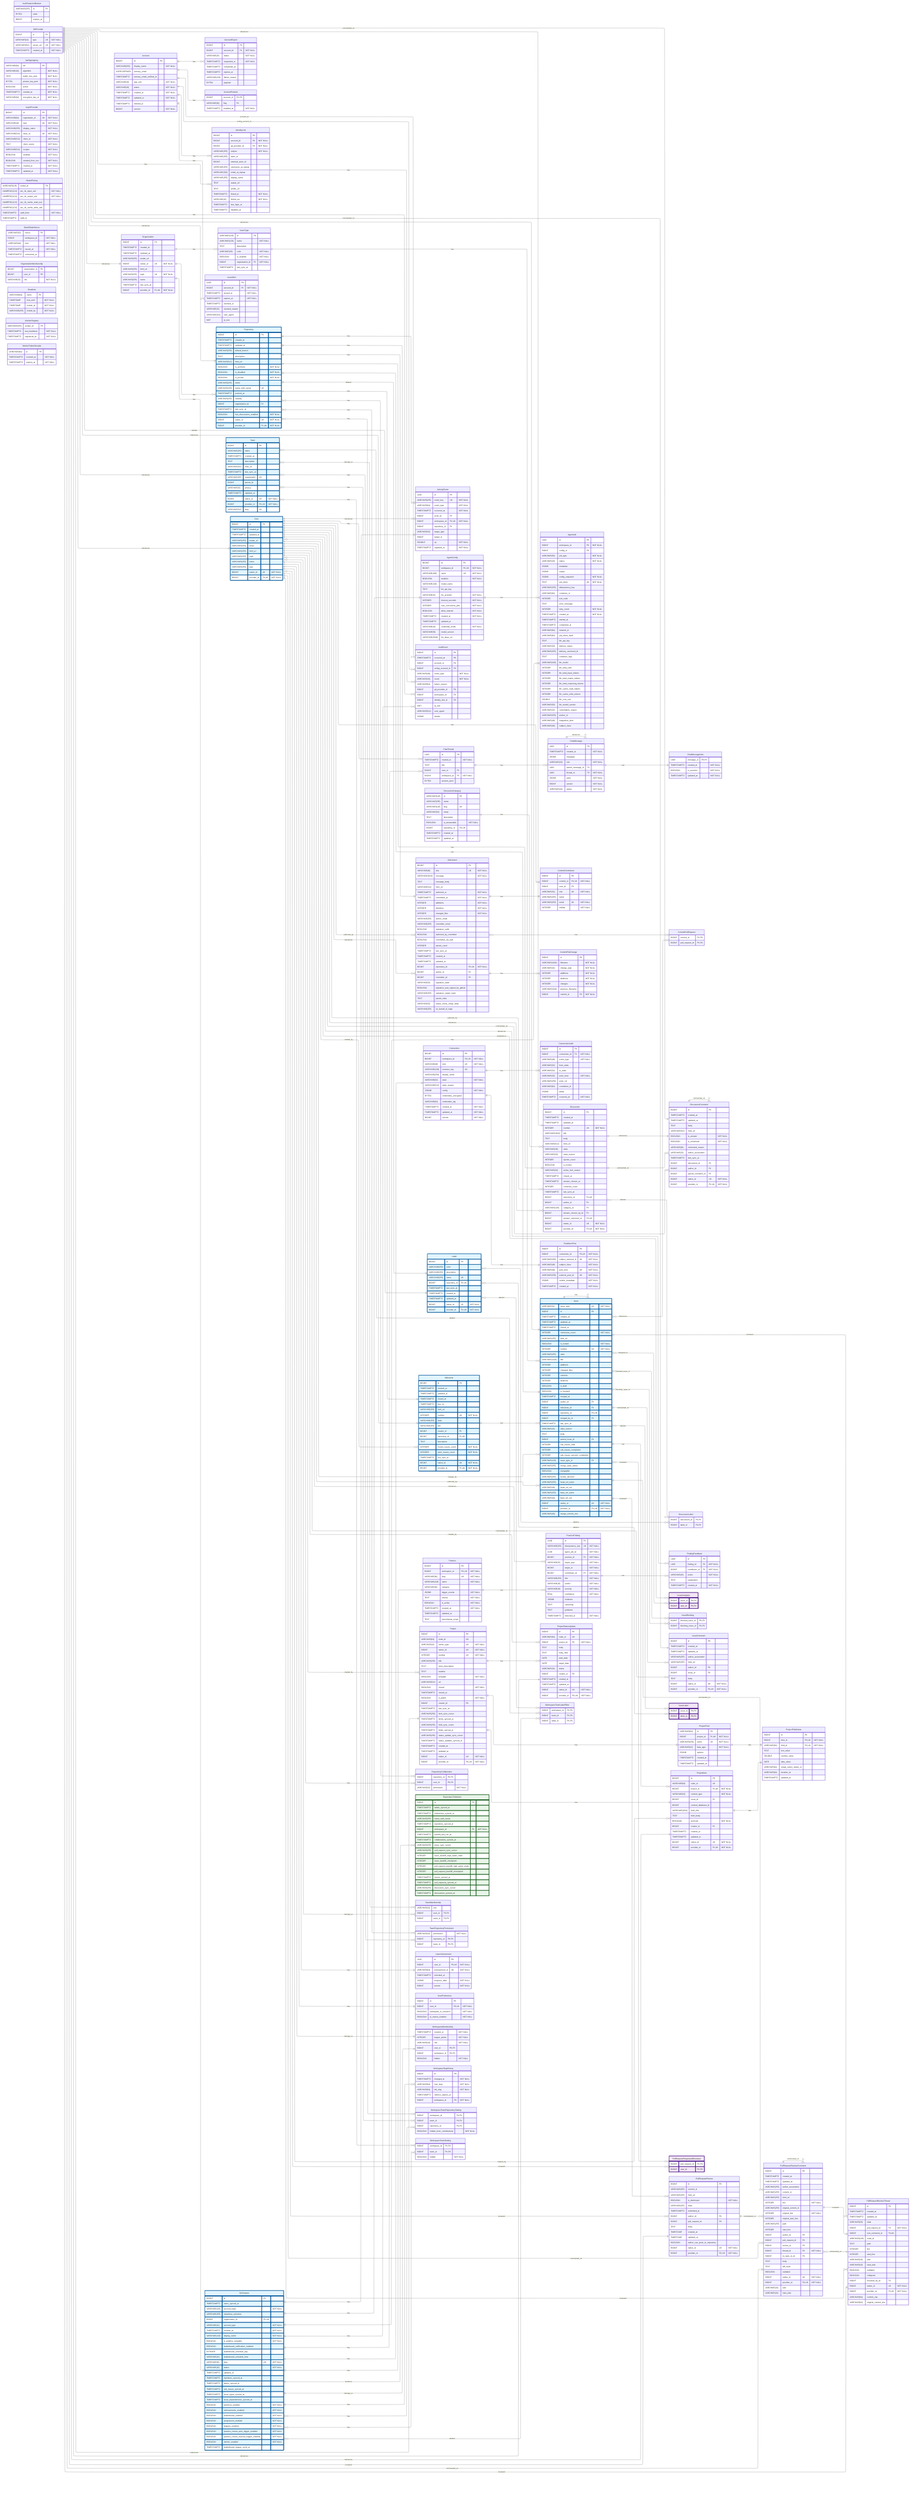
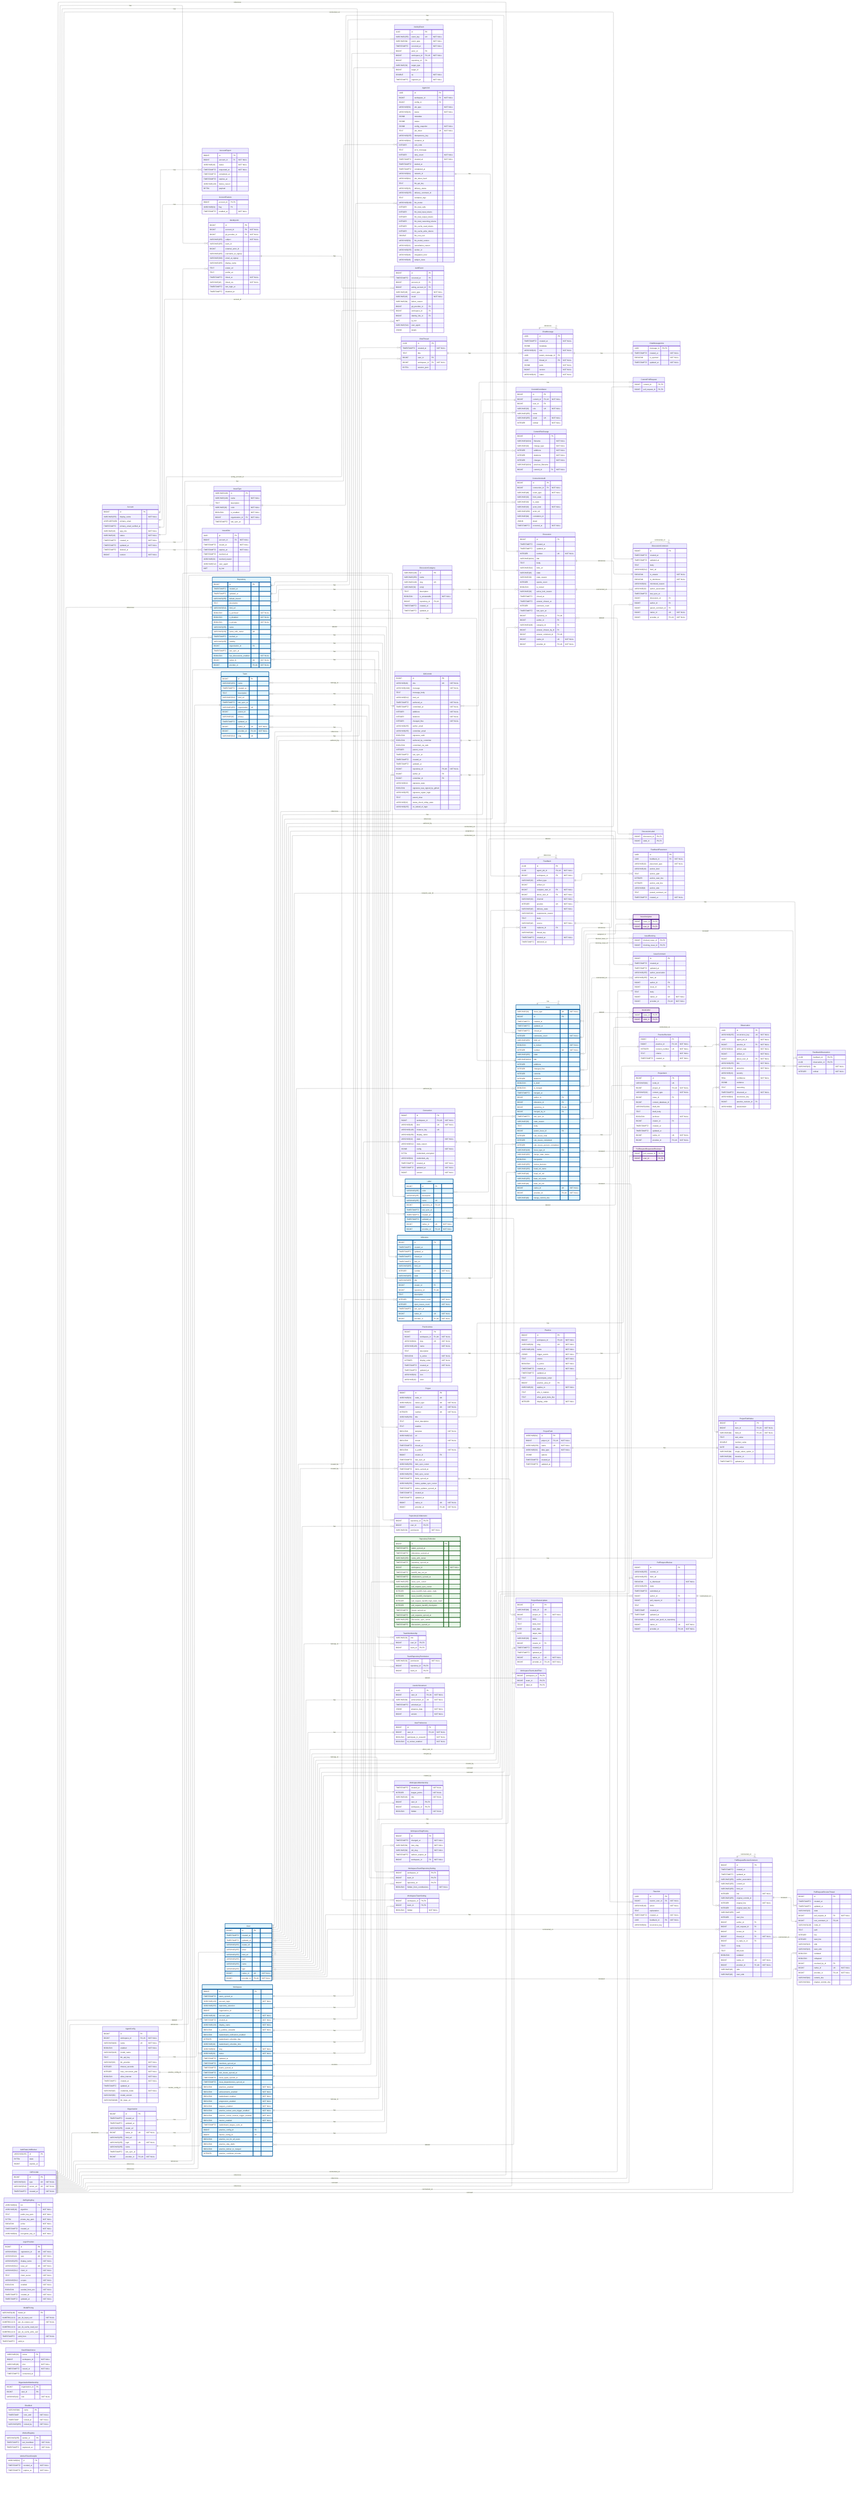
---
config:
    layout: elk
---
erDiagram
    %% Generated automatically from PostgreSQL database schema
    %% using scripts/generate-mermaid-erd.ts
    %% To regenerate: pnpm run db:generate-erd-docs

    direction LR

    Account {
        BIGINT id PK
        VARCHAR(255) display_name "NOT NULL"
        USER-DEFINED primary_email
        TIMESTAMPTZ primary_email_verified_at
        VARCHAR(16) app_role "NOT NULL"
        VARCHAR(16) status "NOT NULL"
        TIMESTAMPTZ created_at "NOT NULL"
        TIMESTAMPTZ updated_at "NOT NULL"
        TIMESTAMPTZ deleted_at
        BIGINT version "NOT NULL"
    }

    AccountExport {
        BIGINT id PK
        BIGINT account_id FK "NOT NULL"
        VARCHAR(16) status "NOT NULL"
        TIMESTAMPTZ requested_at "NOT NULL"
        TIMESTAMPTZ completed_at
        TIMESTAMPTZ expires_at
        VARCHAR(128) failure_reason
        BYTEA payload
    }

    AccountFeature {
        BIGINT account_id PK,FK
        VARCHAR(64) flag PK
        TIMESTAMPTZ enabled_at "NOT NULL"
    }

    ActivityEvent {
        UUID id PK
        VARCHAR(255) event_key UK "NOT NULL"
        VARCHAR(64) event_type "NOT NULL"
        TIMESTAMPTZ occurred_at "NOT NULL"
        BIGINT actor_id FK
        BIGINT workspace_id FK,UK "NOT NULL"
        BIGINT repository_id FK
        VARCHAR(32) target_type
        BIGINT target_id
        DOUBLE xp "NOT NULL"
        TIMESTAMPTZ ingested_at "NOT NULL"
    }

    AgentConfig {
        BIGINT id PK
        BIGINT workspace_id FK,UK "NOT NULL"
        VARCHAR(100) name UK "NOT NULL"
        BOOLEAN enabled "NOT NULL"
        VARCHAR(128) model_name
        TEXT llm_api_key
        VARCHAR(32) llm_provider "NOT NULL"
        INTEGER timeout_seconds "NOT NULL"
        INTEGER max_concurrent_jobs "NOT NULL"
        BOOLEAN allow_internet "NOT NULL"
        TIMESTAMPTZ created_at "NOT NULL"
        TIMESTAMPTZ updated_at
        VARCHAR(16) credential_mode "NOT NULL"
        VARCHAR(50) model_version
        VARCHAR(2048) llm_base_url
    }

    AgentJob {
        UUID id PK
        BIGINT workspace_id FK "NOT NULL"
        BIGINT config_id FK
        VARCHAR(50) job_type "NOT NULL"
        VARCHAR(20) status "NOT NULL"
        JSONB metadata
        JSONB output
        JSONB config_snapshot "NOT NULL"
        TEXT job_token UK "NOT NULL"
        VARCHAR(255) idempotency_key
        VARCHAR(64) container_id
        INTEGER exit_code
        TEXT error_message
        INTEGER retry_count "NOT NULL"
        TIMESTAMPTZ created_at "NOT NULL"
        TIMESTAMPTZ started_at
        TIMESTAMPTZ completed_at
        VARCHAR(64) network_id
        VARCHAR(64) job_token_hash
        TEXT llm_api_key
        VARCHAR(20) delivery_status
        VARCHAR(255) delivery_comment_id
        TEXT container_logs
        VARCHAR(100) llm_model
        INTEGER llm_total_calls
        INTEGER llm_total_input_tokens
        INTEGER llm_total_output_tokens
        INTEGER llm_total_reasoning_tokens
        INTEGER llm_cache_read_tokens
        INTEGER llm_cache_write_tokens
        DOUBLE llm_cost_usd
        VARCHAR(50) llm_model_version
        VARCHAR(32) cancellation_reason
        VARCHAR(255) worker_id
        VARCHAR(48) integration_kind
        VARCHAR(48) subject_class
    }

    AuthEvent {
        BIGINT id PK
        TIMESTAMPTZ occurred_at PK
        BIGINT account_id FK
        BIGINT acting_account_id FK
        VARCHAR(48) event_type "NOT NULL"
        VARCHAR(16) result "NOT NULL"
        VARCHAR(64) failure_reason
        BIGINT git_provider_id FK
        BIGINT workspace_id FK
        BIGINT identity_link_id FK
        INET ip_inet
        VARCHAR(512) user_agent
        JSONB details
    }

    AuthRateLimitBucket {
        VARCHAR(255) id PK
        BYTEA state
        BIGINT expires_at
    }

    ChatMessage {
        UUID id PK
        TIMESTAMPTZ created_at "NOT NULL"
        JSONB metadata
        VARCHAR(16) role "NOT NULL"
        UUID parent_message_id FK
        UUID thread_id FK "NOT NULL"
        JSONB parts "NOT NULL"
        BIGINT version "NOT NULL"
        VARCHAR(16) status "NOT NULL"
    }

    ChatMessageVote {
        UUID message_id PK,FK
        TIMESTAMPTZ created_at "NOT NULL"
        BOOLEAN is_upvoted "NOT NULL"
        TIMESTAMPTZ updated_at "NOT NULL"
    }

    ChatThread {
        UUID id PK
        TIMESTAMPTZ created_at "NOT NULL"
        TEXT title
        BIGINT user_id FK
        BIGINT workspace_id FK "NOT NULL"
        BYTEA session_jsonl
    }

    CommitContributor {
        BIGINT id PK
        BIGINT commit_id FK,UK "NOT NULL"
        BIGINT user_id FK
        VARCHAR(32) role UK "NOT NULL"
        VARCHAR(255) name
        VARCHAR(255) email UK "NOT NULL"
        INTEGER ordinal "NOT NULL"
    }

    CommitFileChange {
        BIGINT id PK
        VARCHAR(1024) filename "NOT NULL"
        VARCHAR(32) change_type "NOT NULL"
        INTEGER additions "NOT NULL"
        INTEGER deletions "NOT NULL"
        INTEGER changes "NOT NULL"
        VARCHAR(1024) previous_filename
        BIGINT commit_id FK "NOT NULL"
    }

    CommitPullRequest {
        BIGINT commit_id PK,FK
        BIGINT pull_request_id PK,FK
    }

    Connection {
        BIGINT id PK
        BIGINT workspace_id FK,UK "NOT NULL"
        VARCHAR(48) kind UK "NOT NULL"
        VARCHAR(128) instance_key UK
        VARCHAR(256) display_name
        VARCHAR(32) state "NOT NULL"
        VARCHAR(512) state_reason
        JSONB config "NOT NULL"
        BYTEA credentials_encrypted
        VARCHAR(64) credentials_alg
        TIMESTAMPTZ created_at "NOT NULL"
        TIMESTAMPTZ updated_at "NOT NULL"
        BIGINT version "NOT NULL"
    }

    ConnectionAudit {
        BIGINT id PK
        BIGINT connection_id FK "NOT NULL"
        VARCHAR(48) event_type "NOT NULL"
        VARCHAR(32) from_state
        VARCHAR(32) to_state
        VARCHAR(32) actor_kind "NOT NULL"
        VARCHAR(256) actor_ref
        VARCHAR(64) correlation_id
        JSONB detail
        TIMESTAMPTZ occurred_at "NOT NULL"
    }

    Discussion {
        BIGINT id PK
        TIMESTAMPTZ created_at
        TIMESTAMPTZ updated_at
        INTEGER number UK "NOT NULL"
        VARCHAR(1024) title
        TEXT body
        VARCHAR(512) html_url
        VARCHAR(16) state
        VARCHAR(32) state_reason
        INTEGER upvote_count
        BOOLEAN is_locked
        VARCHAR(32) active_lock_reason
        TIMESTAMPTZ closed_at
        TIMESTAMPTZ answer_chosen_at
        INTEGER comment_count
        TIMESTAMPTZ last_sync_at
        BIGINT repository_id FK,UK
        BIGINT author_id FK
        VARCHAR(128) category_id FK
        BIGINT answer_chosen_by_id FK
        BIGINT answer_comment_id FK,UK
        BIGINT native_id UK "NOT NULL"
        BIGINT provider_id FK,UK "NOT NULL"
    }

    DiscussionCategory {
        VARCHAR(128) id PK
        VARCHAR(255) name
        VARCHAR(128) slug UK
        VARCHAR(32) emoji
        TEXT description
        BOOLEAN is_answerable "NOT NULL"
        BIGINT repository_id FK,UK
        TIMESTAMPTZ created_at
        TIMESTAMPTZ updated_at
    }

    DiscussionComment {
        BIGINT id PK
        TIMESTAMPTZ created_at
        TIMESTAMPTZ updated_at
        TEXT body
        VARCHAR(512) html_url
        BOOLEAN is_answer "NOT NULL"
        BOOLEAN is_minimized "NOT NULL"
        VARCHAR(64) minimized_reason
        VARCHAR(32) author_association
        TIMESTAMPTZ last_sync_at
        BIGINT discussion_id FK
        BIGINT author_id FK
        BIGINT parent_comment_id FK
        BIGINT native_id UK "NOT NULL"
        BIGINT provider_id FK,UK "NOT NULL"
    }

    DiscussionLabel {
        BIGINT discussion_id PK,FK
        BIGINT label_id PK,FK
    }

-     FeedbackPost {
-         BIGINT id PK
-         BIGINT connection_id FK,UK "NOT NULL"
-         VARCHAR(256) subject_external_id UK "NOT NULL"
-         VARCHAR(48) subject_class "NOT NULL"
-         VARCHAR(48) post_kind UK "NOT NULL"
-         VARCHAR(256) external_post_id UK "NOT NULL"
-         JSONB vendor_metadata "NOT NULL"
-         TIMESTAMPTZ created_at "NOT NULL"
-     }
- 
-     FindingFeedback {
+     Feedback {
        UUID id PK
-         UUID finding_id FK "NOT NULL"
-         BIGINT contributor_id FK "NOT NULL"
-         VARCHAR(16) action "NOT NULL"
-         TEXT explanation
+         UUID agent_job_id FK,UK "NOT NULL"
+         BIGINT workspace_id FK "NOT NULL"
+         VARCHAR(32) artifact_type
+         BIGINT artifact_id
+         BIGINT recipient_user_id FK "NOT NULL"
+         BIGINT about_user_id FK "NOT NULL"
+         VARCHAR(32) channel "NOT NULL"
+         INTEGER position UK "NOT NULL"
+         VARCHAR(16) delivery_state "NOT NULL"
+         VARCHAR(32) suppression_reason
+         TEXT body
+         VARCHAR(16) source "NOT NULL"
+         UUID replaces_id FK
+         VARCHAR(64) thread_key
+         TIMESTAMPTZ created_at "NOT NULL"
+         TIMESTAMPTZ delivered_at
+     }
+ 
+     FeedbackObservation {
+         UUID feedback_id PK,FK
+         UUID observation_id PK,FK
+         VARCHAR(16) role "NOT NULL"
+         INTEGER ordinal "NOT NULL"
+     }
+ 
+     FeedbackPlacement {
+         UUID id PK
+         UUID feedback_id FK "NOT NULL"
+         VARCHAR(32) placement_type "NOT NULL"
+         VARCHAR(16) anchor_kind
+         TEXT anchor_path
+         INTEGER anchor_start_line
+         INTEGER anchor_end_line
+         VARCHAR(8) anchor_side
+         TEXT posted_comment_ref
        TIMESTAMPTZ created_at "NOT NULL"
    }

    GitCommit {
        BIGINT id PK
        VARCHAR(40) sha UK "NOT NULL"
        VARCHAR(1024) message "NOT NULL"
        TEXT message_body
        VARCHAR(512) html_url
        TIMESTAMPTZ authored_at "NOT NULL"
        TIMESTAMPTZ committed_at "NOT NULL"
        INTEGER additions "NOT NULL"
        INTEGER deletions "NOT NULL"
        INTEGER changed_files "NOT NULL"
        VARCHAR(255) author_email
        VARCHAR(255) committer_email
        BOOLEAN signature_valid
        BOOLEAN authored_by_committer
        BOOLEAN committed_via_web
        INTEGER parent_count
        TIMESTAMPTZ last_sync_at
        TIMESTAMPTZ created_at
        TIMESTAMPTZ updated_at
        BIGINT repository_id FK,UK "NOT NULL"
        BIGINT author_id FK
        BIGINT committer_id FK
        VARCHAR(32) signature_state
        BOOLEAN signature_was_signed_by_github
        VARCHAR(255) signature_signer_login
        TEXT parent_shas
        VARCHAR(32) status_check_rollup_state
        VARCHAR(255) on_behalf_of_login
    }

    GitProvider {
        BIGINT id PK
        VARCHAR(10) type UK "NOT NULL"
        VARCHAR(512) server_url UK "NOT NULL"
        TIMESTAMPTZ created_at "NOT NULL"
    }

    IdentityLink {
        BIGINT id PK
        BIGINT account_id FK "NOT NULL"
        BIGINT git_provider_id FK "NOT NULL"
        VARCHAR(255) subject "NOT NULL"
        VARCHAR(255) team_id
        BIGINT external_actor_id
        VARCHAR(255) username_at_signup
        VARCHAR(320) email_at_signup
        VARCHAR(255) display_name
        TEXT avatar_url
        TEXT profile_url
        TIMESTAMPTZ linked_at "NOT NULL"
        VARCHAR(16) linked_via "NOT NULL"
        TIMESTAMPTZ last_login_at
        TIMESTAMPTZ disabled_at
    }

    Issue {
        VARCHAR(31) issue_type UK "NOT NULL"
        BIGINT id PK
        TIMESTAMPTZ created_at
        TIMESTAMPTZ updated_at
        TIMESTAMPTZ closed_at
        INTEGER comments_count "NOT NULL"
        VARCHAR(255) html_url
        BOOLEAN is_locked "NOT NULL"
        INTEGER number UK "NOT NULL"
        VARCHAR(255) state
        VARCHAR(1024) title
        INTEGER additions
        INTEGER changed_files
        INTEGER commits
        INTEGER deletions
        BOOLEAN is_draft
        BOOLEAN is_merged
        TIMESTAMPTZ merged_at
        BIGINT author_id FK
        BIGINT milestone_id FK
        BIGINT repository_id FK,UK
        BIGINT merged_by_id FK
        TIMESTAMPTZ last_sync_at
        VARCHAR(32) state_reason
        TEXT body
        BIGINT parent_issue_id FK
        INTEGER sub_issues_total
        INTEGER sub_issues_completed
        INTEGER sub_issues_percent_completed
        VARCHAR(128) issue_type_id FK
        VARCHAR(255) merge_state_status
        BOOLEAN mergeable
        VARCHAR(255) review_decision
        VARCHAR(255) head_ref_name
        VARCHAR(40) head_ref_oid
        VARCHAR(255) base_ref_name
        VARCHAR(40) base_ref_oid
        BIGINT native_id UK "NOT NULL"
        BIGINT provider_id FK,UK "NOT NULL"
        VARCHAR(40) merge_commit_sha
    }

    IssueAssignee {
        BIGINT issue_id PK,FK
        BIGINT user_id PK,FK
    }

    IssueBlocking {
        BIGINT blocked_issue_id PK,FK
        BIGINT blocking_issue_id PK,FK
    }

    IssueComment {
        BIGINT id PK
        TIMESTAMPTZ created_at
        TIMESTAMPTZ updated_at
        VARCHAR(255) author_association
        VARCHAR(255) html_url
        BIGINT author_id FK
        BIGINT issue_id FK
        TEXT body
        BIGINT native_id UK "NOT NULL"
        BIGINT provider_id FK,UK "NOT NULL"
    }

    IssueLabel {
        BIGINT issue_id PK,FK
        BIGINT label_id PK,FK
    }

    IssueType {
        VARCHAR(128) id PK
        VARCHAR(128) name "NOT NULL"
        TEXT description
        VARCHAR(20) color "NOT NULL"
        BOOLEAN is_enabled "NOT NULL"
        BIGINT organization_id FK "NOT NULL"
        TIMESTAMPTZ last_sync_at
    }

    IssuedJwt {
        UUID jti PK
        BIGINT account_id FK "NOT NULL"
        TIMESTAMPTZ issued_at "NOT NULL"
        TIMESTAMPTZ expires_at "NOT NULL"
        TIMESTAMPTZ revoked_at
        VARCHAR(32) revoked_reason
        VARCHAR(512) user_agent
        INET ip_inet
    }

    JwtSigningKey {
        VARCHAR(64) kid PK
        VARCHAR(16) algorithm "NOT NULL"
        TEXT public_key_pem "NOT NULL"
        BYTEA private_key_pem "NOT NULL"
        BOOLEAN active "NOT NULL"
        TIMESTAMPTZ created_at "NOT NULL"
        VARCHAR(64) encryption_key_id "NOT NULL"
    }

    Label {
        BIGINT id PK
        VARCHAR(255) color
        VARCHAR(255) description
        VARCHAR(255) name UK
        BIGINT repository_id FK,UK
        TIMESTAMPTZ last_sync_at
        TIMESTAMPTZ created_at
        TIMESTAMPTZ updated_at
        BIGINT native_id UK "NOT NULL"
        BIGINT provider_id FK,UK "NOT NULL"
    }

    LoginProvider {
        BIGINT id PK
        VARCHAR(64) registration_id UK "NOT NULL"
        VARCHAR(10) type UK "NOT NULL"
        VARCHAR(255) display_name "NOT NULL"
        VARCHAR(512) base_url UK "NOT NULL"
        VARCHAR(512) client_id "NOT NULL"
        TEXT client_secret "NOT NULL"
        VARCHAR(512) scopes "NOT NULL"
        BOOLEAN enabled "NOT NULL"
        BOOLEAN seeded_from_env "NOT NULL"
        TIMESTAMPTZ created_at "NOT NULL"
        TIMESTAMPTZ updated_at "NOT NULL"
    }

    Milestone {
        BIGINT id PK
        TIMESTAMPTZ created_at
        TIMESTAMPTZ updated_at
        TIMESTAMPTZ closed_at
        TIMESTAMPTZ due_on
        VARCHAR(255) html_url
        INTEGER number UK "NOT NULL"
        VARCHAR(255) state
        VARCHAR(255) title
        BIGINT creator_id FK
        BIGINT repository_id FK,UK
        TEXT description
        INTEGER closed_issues_count "NOT NULL"
        INTEGER open_issues_count "NOT NULL"
        TIMESTAMPTZ last_sync_at
        BIGINT native_id UK "NOT NULL"
        BIGINT provider_id FK,UK "NOT NULL"
    }

    ModelPricing {
        VARCHAR(128) model_id PK
        NUMERIC(12,6) per_1k_input_usd "NOT NULL"
        NUMERIC(12,6) per_1k_output_usd "NOT NULL"
        NUMERIC(12,6) per_1k_cache_read_usd
        NUMERIC(12,6) per_1k_cache_write_usd
        TIMESTAMPTZ valid_from "NOT NULL"
        TIMESTAMPTZ valid_to
    }

    OauthStateNonce {
        VARCHAR(32) nonce PK
        BIGINT workspace_id "NOT NULL"
        VARCHAR(48) kind "NOT NULL"
        TIMESTAMPTZ issued_at "NOT NULL"
        TIMESTAMPTZ consumed_at
    }

+     Observation {
+         UUID id PK
+         VARCHAR(255) occurrence_key UK "NOT NULL"
+         UUID agent_job_id "NOT NULL"
+         BIGINT practice_id FK "NOT NULL"
+         VARCHAR(32) artifact_type "NOT NULL"
+         BIGINT artifact_id "NOT NULL"
+         BIGINT about_user_id FK "NOT NULL"
+         VARCHAR(255) title "NOT NULL"
+         VARCHAR(16) presence "NOT NULL"
+         VARCHAR(16) severity
+         REAL confidence "NOT NULL"
+         JSONB evidence
+         TEXT reasoning
+         TIMESTAMPTZ observed_at "NOT NULL"
+         VARCHAR(64) recurrence_key
+         BIGINT practice_revision_id FK
+         VARCHAR(8) assessment
+     }
+ 
    Organization {
        BIGINT id PK
        TIMESTAMPTZ created_at
        TIMESTAMPTZ updated_at
        VARCHAR(255) avatar_url
        BIGINT native_id UK "NOT NULL"
        VARCHAR(255) html_url
        VARCHAR(255) login UK "NOT NULL"
        VARCHAR(255) name
        TIMESTAMPTZ last_sync_at
        BIGINT provider_id FK,UK "NOT NULL"
    }

    OrganizationMembership {
        BIGINT organization_id PK
        BIGINT user_id PK
        VARCHAR(32) role "NOT NULL"
    }

    Practice {
        BIGINT id PK
        BIGINT workspace_id FK,UK "NOT NULL"
        VARCHAR(64) slug UK "NOT NULL"
        VARCHAR(128) name "NOT NULL"
-         VARCHAR(64) category
        JSONB trigger_events "NOT NULL"
        TEXT criteria "NOT NULL"
        BOOLEAN is_active "NOT NULL"
        TIMESTAMPTZ created_at "NOT NULL"
        TIMESTAMPTZ updated_at
        TEXT precompute_script
-     }
- 
-     PracticeFinding {
-         UUID id PK
-         VARCHAR(255) idempotency_key UK "NOT NULL"
-         UUID agent_job_id "NOT NULL"
-         BIGINT practice_id FK "NOT NULL"
-         VARCHAR(32) target_type "NOT NULL"
-         BIGINT target_id "NOT NULL"
-         BIGINT contributor_id FK "NOT NULL"
-         VARCHAR(255) title "NOT NULL"
-         VARCHAR(16) verdict "NOT NULL"
-         VARCHAR(16) severity "NOT NULL"
-         REAL confidence "NOT NULL"
-         JSONB evidence
-         TEXT reasoning
-         TEXT guidance
-         TIMESTAMPTZ detected_at "NOT NULL"
+         BIGINT practice_area_id FK
+         VARCHAR(32) applies_to "NOT NULL"
+         TEXT why_it_matters
+         TEXT what_good_looks_like
+         INTEGER display_order "NOT NULL"
+     }
+ 
+     PracticeArea {
+         BIGINT id PK
+         BIGINT workspace_id FK,UK "NOT NULL"
+         VARCHAR(64) slug UK "NOT NULL"
+         VARCHAR(128) name "NOT NULL"
+         TEXT description
+         BOOLEAN is_active "NOT NULL"
+         INTEGER display_order "NOT NULL"
+         TIMESTAMPTZ created_at "NOT NULL"
+         TIMESTAMPTZ updated_at
+         VARCHAR(64) icon
+         VARCHAR(32) color
+     }
+ 
+     PracticeRevision {
+         BIGINT id PK
+         BIGINT practice_id FK,UK "NOT NULL"
+         INTEGER revision_number UK "NOT NULL"
+         TEXT criteria "NOT NULL"
+         TIMESTAMPTZ created_at "NOT NULL"
    }

    Project {
        BIGINT id PK
        VARCHAR(64) node_id UK
        VARCHAR(32) owner_type UK "NOT NULL"
        BIGINT owner_id UK "NOT NULL"
        INTEGER number UK "NOT NULL"
        VARCHAR(256) title
        TEXT short_description
        TEXT readme
        BOOLEAN template "NOT NULL"
        VARCHAR(512) url
        BOOLEAN closed "NOT NULL"
        TIMESTAMPTZ closed_at
        BOOLEAN is_public "NOT NULL"
        BIGINT creator_id FK
        TIMESTAMPTZ last_sync_at
        VARCHAR(256) item_sync_cursor
        TIMESTAMPTZ items_synced_at
        VARCHAR(256) field_sync_cursor
        TIMESTAMPTZ fields_synced_at
        VARCHAR(256) status_update_sync_cursor
        TIMESTAMPTZ status_updates_synced_at
        TIMESTAMPTZ created_at
        TIMESTAMPTZ updated_at
        BIGINT native_id UK "NOT NULL"
        BIGINT provider_id FK,UK "NOT NULL"
    }

    ProjectField {
        VARCHAR(64) id PK
        BIGINT project_id FK,UK "NOT NULL"
        VARCHAR(256) name UK "NOT NULL"
        VARCHAR(32) data_type "NOT NULL"
        JSONB options
        TIMESTAMPTZ created_at
        TIMESTAMPTZ updated_at
    }

    ProjectFieldValue {
        BIGINT id PK
        BIGINT item_id FK,UK "NOT NULL"
        VARCHAR(64) field_id FK,UK "NOT NULL"
        TEXT text_value
        DOUBLE number_value
        DATE date_value
        VARCHAR(64) single_select_option_id
        VARCHAR(64) iteration_id
        TIMESTAMPTZ updated_at
    }

    ProjectItem {
        BIGINT id PK
        VARCHAR(64) node_id UK
        BIGINT project_id FK,UK "NOT NULL"
        VARCHAR(32) content_type "NOT NULL"
        BIGINT issue_id FK
        BIGINT content_database_id
        VARCHAR(1024) draft_title
        TEXT draft_body
        BOOLEAN archived "NOT NULL"
        BIGINT creator_id FK
        TIMESTAMPTZ created_at
        TIMESTAMPTZ updated_at
        BIGINT native_id UK "NOT NULL"
        BIGINT provider_id FK,UK "NOT NULL"
    }

    ProjectStatusUpdate {
        BIGINT id PK
        VARCHAR(64) node_id UK
        BIGINT project_id FK "NOT NULL"
        TEXT body
        TEXT body_html
        DATE start_date
        DATE target_date
        VARCHAR(32) status
        BIGINT creator_id FK
        TIMESTAMPTZ created_at
        TIMESTAMPTZ updated_at
        BIGINT native_id UK "NOT NULL"
        BIGINT provider_id FK,UK "NOT NULL"
    }

    PullRequestRequestedReviewer {
        BIGINT pull_request_id PK,FK
        BIGINT user_id PK,FK
    }

    PullRequestReview {
        BIGINT id PK
        VARCHAR(255) commit_id
        VARCHAR(255) html_url
        BOOLEAN is_dismissed "NOT NULL"
        VARCHAR(255) state
        TIMESTAMPTZ submitted_at
        BIGINT author_id FK
        BIGINT pull_request_id FK
        TEXT body
        TIMESTAMP created_at
        TIMESTAMP updated_at
        BOOLEAN author_can_push_to_repository
        BIGINT native_id UK "NOT NULL"
        BIGINT provider_id FK,UK "NOT NULL"
    }

    PullRequestReviewComment {
        BIGINT id PK
        TIMESTAMPTZ created_at
        TIMESTAMPTZ updated_at
        VARCHAR(255) author_association
        VARCHAR(255) commit_id
        VARCHAR(255) html_url
        INTEGER line "NOT NULL"
        VARCHAR(255) original_commit_id
        INTEGER original_line "NOT NULL"
        INTEGER original_start_line
        VARCHAR(255) path
        INTEGER start_line
        BIGINT author_id FK
        BIGINT pull_request_id FK
        BIGINT review_id FK
        BIGINT thread_id FK "NOT NULL"
        BIGINT in_reply_to_id FK
        TEXT body
        TEXT diff_hunk
        BOOLEAN outdated
        BIGINT native_id UK "NOT NULL"
        BIGINT provider_id FK,UK "NOT NULL"
        VARCHAR(16) side
        VARCHAR(16) start_side
    }

    PullRequestReviewThread {
        BIGINT id PK
        TIMESTAMPTZ created_at
        TIMESTAMPTZ updated_at
        VARCHAR(20) state
        BIGINT pull_request_id FK "NOT NULL"
        BIGINT root_comment_id FK,UK
        VARCHAR(128) node_id
        TEXT path
        INTEGER line
        INTEGER start_line
        VARCHAR(16) side
        VARCHAR(16) start_side
        BOOLEAN outdated
        BOOLEAN collapsed
        BIGINT resolved_by_id FK
        BIGINT native_id UK "NOT NULL"
        BIGINT provider_id FK,UK "NOT NULL"
        VARCHAR(64) commit_sha
        VARCHAR(64) original_commit_sha
    }

+     Reaction {
+         UUID id PK
+         BIGINT reactor_user_id FK "NOT NULL"
+         VARCHAR(16) action "NOT NULL"
+         TEXT explanation
+         TIMESTAMPTZ created_at "NOT NULL"
+         UUID feedback_id FK "NOT NULL"
+         VARCHAR(64) recurrence_key
+     }
+ 
    Repository {
        BIGINT id PK
        TIMESTAMPTZ created_at
        TIMESTAMPTZ updated_at
        VARCHAR(255) default_branch
        TEXT description
        VARCHAR(512) html_url
        BOOLEAN is_archived "NOT NULL"
        BOOLEAN is_disabled "NOT NULL"
        BOOLEAN is_private "NOT NULL"
        VARCHAR(255) name
        VARCHAR(150) name_with_owner UK
        TIMESTAMPTZ pushed_at
        VARCHAR(255) visibility
        BIGINT organization_id FK
        TIMESTAMPTZ last_sync_at
        BOOLEAN has_discussions_enabled "NOT NULL"
        BIGINT native_id UK "NOT NULL"
        BIGINT provider_id FK,UK "NOT NULL"
    }

    RepositoryCollaborator {
        BIGINT repository_id PK,FK
        BIGINT user_id PK,FK
        VARCHAR(32) permission "NOT NULL"
    }

    RepositoryToMonitor {
        BIGINT id PK
        TIMESTAMPTZ labels_synced_at
        TIMESTAMPTZ milestones_synced_at
        VARCHAR(255) name_with_owner
        TIMESTAMPTZ repository_synced_at
        BIGINT workspace_id FK "NOT NULL"
        TIMESTAMPTZ backfill_last_run_at
        TIMESTAMPTZ collaborators_synced_at
        VARCHAR(255) issue_sync_cursor
        VARCHAR(255) pull_request_sync_cursor
        INTEGER issue_backfill_high_water_mark
        INTEGER issue_backfill_checkpoint
        INTEGER pull_request_backfill_high_water_mark
        INTEGER pull_request_backfill_checkpoint
        TIMESTAMPTZ issues_synced_at
        TIMESTAMPTZ pull_requests_synced_at
        VARCHAR(255) discussion_sync_cursor
        TIMESTAMPTZ discussions_synced_at
    }

    Shedlock {
        VARCHAR(64) name PK
        TIMESTAMP lock_until "NOT NULL"
        TIMESTAMP locked_at "NOT NULL"
        VARCHAR(255) locked_by "NOT NULL"
    }

    Team {
        BIGINT id PK
        VARCHAR(255) name
        TIMESTAMPTZ created_at
        TEXT description
        VARCHAR(512) html_url
        TIMESTAMPTZ last_sync_at
        VARCHAR(255) organization UK
        BIGINT parent_id
        VARCHAR(32) privacy
        TIMESTAMPTZ updated_at
        BIGINT native_id UK "NOT NULL"
        BIGINT provider_id FK,UK "NOT NULL"
        VARCHAR(512) slug UK
    }

    TeamMembership {
        VARCHAR(32) role
        BIGINT user_id PK,FK
        BIGINT team_id PK,FK
    }

    TeamRepositoryPermission {
        VARCHAR(32) permission "NOT NULL"
        BIGINT repository_id PK,FK
        BIGINT team_id PK,FK
    }

    User {
        BIGINT id PK
        TIMESTAMPTZ created_at
        TIMESTAMPTZ updated_at
        VARCHAR(255) avatar_url
        VARCHAR(255) email
        VARCHAR(255) html_url
        VARCHAR(255) login
        VARCHAR(255) name
        VARCHAR(255) type
        BIGINT native_id UK "NOT NULL"
        BIGINT provider_id FK,UK "NOT NULL"
    }

    UserAchievement {
        UUID id PK
        BIGINT user_id FK,UK "NOT NULL"
        VARCHAR(64) achievement_id UK "NOT NULL"
        TIMESTAMPTZ unlocked_at
        JSONB progress_data "NOT NULL"
        BIGINT version "NOT NULL"
    }

    UserPreference {
        BIGINT id PK
        BIGINT user_id FK,UK "NOT NULL"
        BOOLEAN participate_in_research "NOT NULL"
        BOOLEAN ai_review_enabled "NOT NULL"
    }

    WorkerRegistry {
        VARCHAR(255) worker_id PK
        TIMESTAMPTZ last_heartbeat "NOT NULL"
        TIMESTAMPTZ registered_at "NOT NULL"
    }

    WorkerTokenDenylist {
        VARCHAR(64) jti PK
        TIMESTAMPTZ revoked_at "NOT NULL"
        TIMESTAMPTZ expires_at "NOT NULL"
    }

    Workspace {
        BIGINT id PK
        TIMESTAMPTZ users_synced_at
        VARCHAR(120) account_login "NOT NULL"
        VARCHAR(255) repository_selection
        BIGINT organization_id FK,UK
        VARCHAR(10) account_type "NOT NULL"
        TIMESTAMPTZ created_at "NOT NULL"
        VARCHAR(120) display_name "NOT NULL"
        BOOLEAN is_publicly_viewable "NOT NULL"
        BOOLEAN leaderboard_notification_enabled
        INTEGER leaderboard_schedule_day
        VARCHAR(10) leaderboard_schedule_time
        VARCHAR(64) slug UK "NOT NULL"
        VARCHAR(20) status "NOT NULL"
        TIMESTAMPTZ updated_at
        TIMESTAMPTZ members_synced_at
        TIMESTAMPTZ teams_synced_at
        TIMESTAMPTZ sub_issues_synced_at
        TIMESTAMPTZ issue_types_synced_at
        TIMESTAMPTZ issue_dependencies_synced_at
        BOOLEAN practices_enabled "NOT NULL"
        BOOLEAN achievements_enabled "NOT NULL"
        BOOLEAN leaderboard_enabled "NOT NULL"
        BOOLEAN progression_enabled "NOT NULL"
        BOOLEAN leagues_enabled "NOT NULL"
        BOOLEAN practice_review_auto_trigger_enabled "NOT NULL"
        BOOLEAN practice_review_manual_trigger_enabled "NOT NULL"
        BOOLEAN mentor_enabled "NOT NULL"
        TIMESTAMPTZ leaderboard_league_cycle_at
+         BIGINT practice_config_id FK
+         BIGINT mentor_config_id FK
+         BOOLEAN practice_run_for_all_users
+         BOOLEAN practice_skip_drafts
+         BOOLEAN practice_deliver_to_merged
+         INTEGER practice_cooldown_minutes
    }

    WorkspaceMembership {
        TIMESTAMPTZ created_at "NOT NULL"
        INTEGER league_points "NOT NULL"
        VARCHAR(16) role "NOT NULL"
        BIGINT user_id PK,FK
        BIGINT workspace_id PK,FK
        BOOLEAN hidden "NOT NULL"
    }

    WorkspaceSlugHistory {
        BIGINT id PK
        TIMESTAMPTZ changed_at "NOT NULL"
        VARCHAR(64) new_slug "NOT NULL"
        VARCHAR(64) old_slug "NOT NULL"
        TIMESTAMPTZ redirect_expires_at
        BIGINT workspace_id FK "NOT NULL"
    }

    WorkspaceTeamLabelFilter {
        BIGINT workspace_id PK,FK
        BIGINT team_id PK,FK
        BIGINT label_id PK,FK
    }

    WorkspaceTeamRepositorySetting {
        BIGINT workspace_id PK,FK
        BIGINT team_id PK,FK
        BIGINT repository_id PK,FK
        BOOLEAN hidden_from_contributions "NOT NULL"
    }

    WorkspaceTeamSetting {
        BIGINT workspace_id PK,FK
        BIGINT team_id PK,FK
        BOOLEAN hidden "NOT NULL"
    }

    %% Relationships
    %% One-to-One relationships
    Account ||--|| AccountFeature : has
    Workspace ||--|| ActivityEvent : has
    Workspace ||--|| AgentConfig : has
    ChatMessage ||--|| ChatMessageVote : has
    GitCommit ||--|| CommitContributor : has
    Workspace ||--|| Connection : has
    Repository ||--|| Discussion : has
    DiscussionComment ||--|| Discussion : references
    GitProvider ||--|| Discussion : references
    Repository ||--|| DiscussionCategory : has
    GitProvider ||--|| DiscussionComment : commented_on
-     Connection ||--|| FeedbackPost : has
+     AgentJob ||--|| Feedback : has
    Repository ||--|| GitCommit : has
    Repository ||--|| Issue : has
    GitProvider ||--|| Issue : references
    GitProvider ||--|| IssueComment : commented_on
    Repository ||--|| Label : labeled
    GitProvider ||--|| Label : labeled
    Repository ||--|| Milestone : has
    GitProvider ||--|| Milestone : references
    GitProvider ||--|| Organization : references
    Workspace ||--|| Practice : has
+     Workspace ||--|| PracticeArea : has
+     Practice ||--|| PracticeRevision : has
    GitProvider ||--|| Project : references
    Project ||--|| ProjectField : has
    ProjectItem ||--|| ProjectFieldValue : has
    ProjectField ||--|| ProjectFieldValue : has
    Project ||--|| ProjectItem : has
    GitProvider ||--|| ProjectItem : references
    GitProvider ||--|| ProjectStatusUpdate : references
    GitProvider ||--|| PullRequestReview : reviewed
    GitProvider ||--|| PullRequestReviewComment : commented_on
    PullRequestReviewComment ||--|| PullRequestReviewThread : reviewed
    GitProvider ||--|| PullRequestReviewThread : reviewed
    GitProvider ||--|| Repository : references
    GitProvider ||--|| Team : references
    GitProvider ||--|| User : references
    User ||--|| UserAchievement : has
    User ||--|| UserPreference : has
    Organization ||--|| Workspace : has
    User ||--|| WorkspaceMembership : belongs_to
    Workspace ||--|| WorkspaceMembership : belongs_to

    %% One-to-Many relationships
    Account ||--o{ AccountExport : has
    User ||--o{ ActivityEvent : references
    Repository ||--o{ ActivityEvent : has
    Workspace ||--o{ AgentJob : has
    AgentConfig ||--o{ AgentJob : has
    Account ||--o{ AuthEvent : account_id
    Account ||--o{ AuthEvent : acting_account_id
    GitProvider ||--o{ AuthEvent : has
    Workspace ||--o{ AuthEvent : has
    IdentityLink ||--o{ AuthEvent : has
    ChatMessage ||--o{ ChatMessage : references
    ChatThread ||--o{ ChatMessage : has
    User ||--o{ ChatThread : has
    Workspace ||--o{ ChatThread : has
    User ||--o{ CommitContributor : has
    GitCommit ||--o{ CommitFileChange : has
    Connection ||--o{ ConnectionAudit : has
    User ||--o{ Discussion : authored_by
    DiscussionCategory ||--o{ Discussion : has
    User ||--o{ Discussion : references
    Discussion ||--o{ DiscussionComment : commented_on
    User ||--o{ DiscussionComment : commented_on
    DiscussionComment ||--o{ DiscussionComment : commented_on
-     PracticeFinding ||--o{ FindingFeedback : has
-     User ||--o{ FindingFeedback : references
+     Workspace ||--o{ Feedback : has
+     User ||--o{ Feedback : recipient_user_id
+     User ||--o{ Feedback : about_user_id
+     Feedback ||--o{ Feedback : references
+     Feedback ||--o{ FeedbackPlacement : has
    User ||--o{ GitCommit : authored_by
    User ||--o{ GitCommit : references
    Account ||--o{ IdentityLink : has
    GitProvider ||--o{ IdentityLink : has
    User ||--o{ Issue : authored_by
    Milestone ||--o{ Issue : has
    User ||--o{ Issue : merged_by
    Issue ||--o{ Issue : has
    IssueType ||--o{ Issue : has
    User ||--o{ IssueComment : commented_on
    Issue ||--o{ IssueComment : commented_on
    Organization ||--o{ IssueType : has
    Account ||--o{ IssuedJwt : has
    User ||--o{ Milestone : created_by
-     Practice ||--o{ PracticeFinding : has
-     User ||--o{ PracticeFinding : references
+     Practice ||--o{ Observation : has
+     User ||--o{ Observation : has
+     PracticeRevision ||--o{ Observation : has
+     PracticeArea ||--o{ Practice : has
    User ||--o{ Project : created_by
    Issue ||--o{ ProjectItem : has
    User ||--o{ ProjectItem : created_by
    Project ||--o{ ProjectStatusUpdate : has
    User ||--o{ ProjectStatusUpdate : created_by
    User ||--o{ PullRequestReview : reviewed
    Issue ||--o{ PullRequestReview : reviewed
    User ||--o{ PullRequestReviewComment : commented_on
    Issue ||--o{ PullRequestReviewComment : commented_on
    PullRequestReview ||--o{ PullRequestReviewComment : commented_on
    PullRequestReviewThread ||--o{ PullRequestReviewComment : commented_on
    PullRequestReviewComment ||--o{ PullRequestReviewComment : commented_on
    Issue ||--o{ PullRequestReviewThread : reviewed
    User ||--o{ PullRequestReviewThread : reviewed
+     User ||--o{ Reaction : has
+     Feedback ||--o{ Reaction : has
    Organization ||--o{ Repository : has
    Workspace ||--o{ RepositoryToMonitor : monitors
+     AgentConfig ||--o{ Workspace : practice_config_id
+     AgentConfig ||--o{ Workspace : mentor_config_id
    Workspace ||--o{ WorkspaceSlugHistory : has

    %% Many-to-Many relationships
    GitCommit }o--o{ CommitPullRequest : has
    Issue }o--o{ CommitPullRequest : references
    Discussion }o--o{ DiscussionLabel : labeled
    Label }o--o{ DiscussionLabel : labeled
+     Feedback }o--o{ FeedbackObservation : has
+     Observation }o--o{ FeedbackObservation : has
    Issue }o--o{ IssueAssignee : assigned_to
    User }o--o{ IssueAssignee : assigned_to
    Issue }o--o{ IssueBlocking : blocked_issue_id
    Issue }o--o{ IssueBlocking : blocking_issue_id
    Issue }o--o{ IssueLabel : labeled
    Label }o--o{ IssueLabel : labeled
    Issue }o--o{ PullRequestRequestedReviewer : reviewed
    User }o--o{ PullRequestRequestedReviewer : reviewed
    Repository }o--o{ RepositoryCollaborator : has
    User }o--o{ RepositoryCollaborator : has
    User }o--o{ TeamMembership : belongs_to
    Team }o--o{ TeamMembership : belongs_to
    Repository }o--o{ TeamRepositoryPermission : has
    Team }o--o{ TeamRepositoryPermission : has
    Workspace }o--o{ WorkspaceTeamLabelFilter : labeled
    Team }o--o{ WorkspaceTeamLabelFilter : labeled
    Label }o--o{ WorkspaceTeamLabelFilter : labeled
    Workspace }o--o{ WorkspaceTeamRepositorySetting : has
    Team }o--o{ WorkspaceTeamRepositorySetting : has
    Repository }o--o{ WorkspaceTeamRepositorySetting : has
    Workspace }o--o{ WorkspaceTeamSetting : has
    Team }o--o{ WorkspaceTeamSetting : has

    %% Styling
    classDef primaryEntity fill:#e1f5fe,stroke:#01579b,stroke-width:2px
    classDef associationEntity fill:#f3e5f5,stroke:#4a148c,stroke-width:2px
    classDef metadataEntity fill:#e8f5e8,stroke:#1b5e20,stroke-width:2px

    class Issue primaryEntity
    class IssueAssignee associationEntity
    class IssueLabel associationEntity
    class Label primaryEntity
    class Milestone primaryEntity
    class PullRequestRequestedReviewer associationEntity
    class Repository primaryEntity
    class RepositoryToMonitor metadataEntity
    class Team primaryEntity
    class User primaryEntity
    class Workspace primaryEntity
